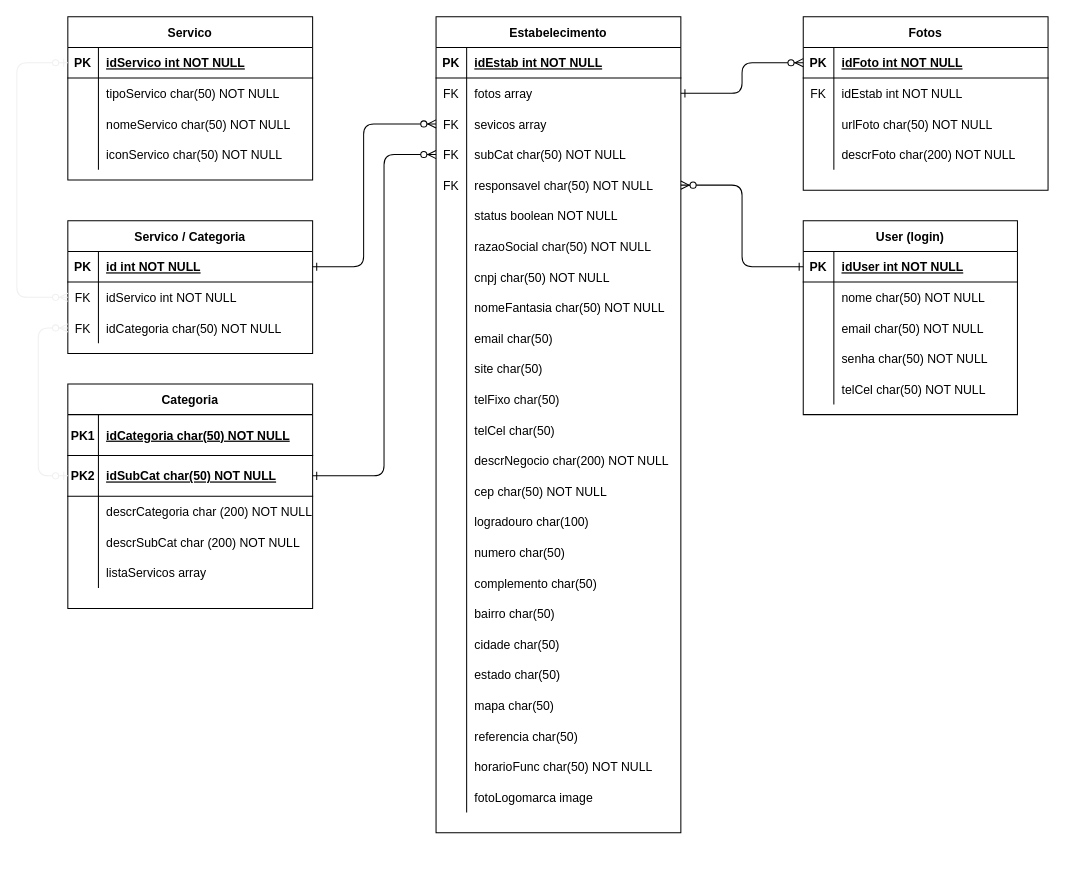
The draw.io diagram Docs/Diagrama-DER_v1.1.drawio in CarlosProcidio/PCDEVS1G2, before the edit. Source tidied: cells renumbered, new cells numbered last; positions are measured from the earlier drawing's top-left corner, leaving out a move shared by most shapes. Both pictures are drawn from the tidied source at 102%, with x=0, y=0 at pixel (16, 16).
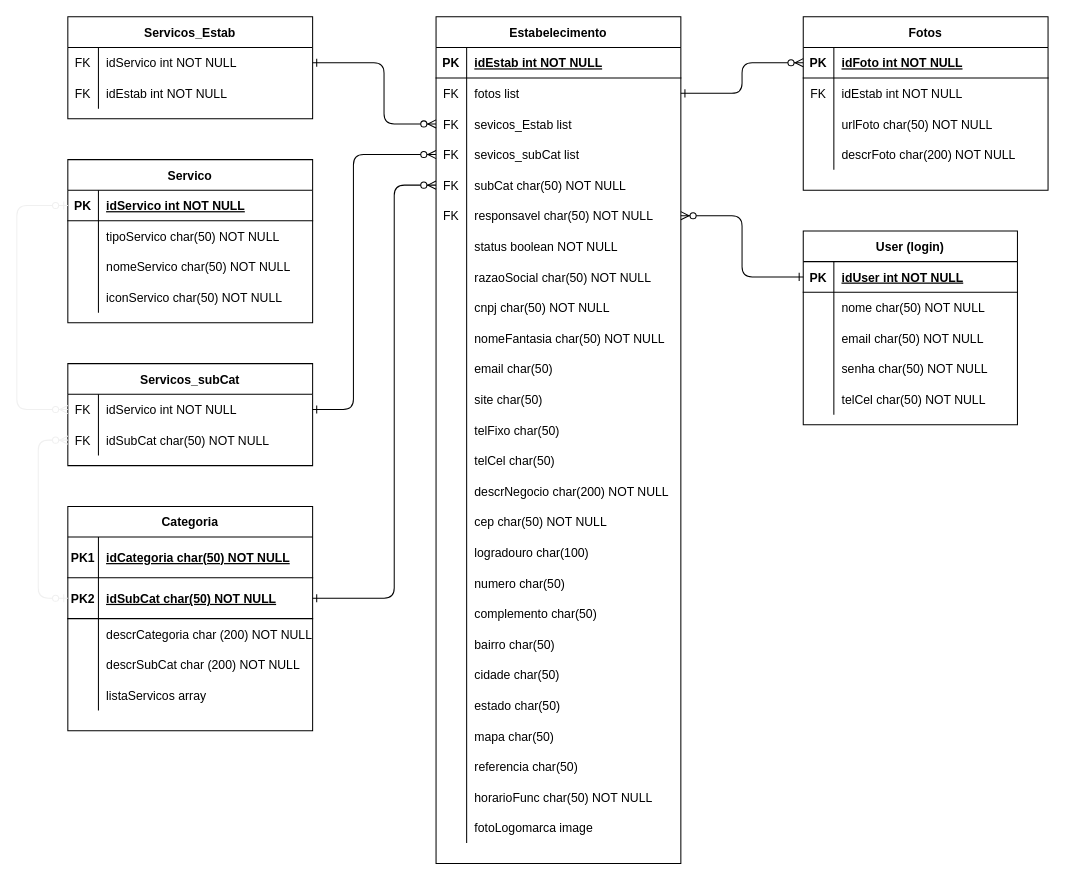
The same page after the edit.

Unchanged cells that the change refers to:
```xml
<mxCell id="6" style="shape=partialRectangle;fillColor=none;points=[[0,0.5],[1,0.5]];portConstraint=eastwest;top=0;left=0;right=0;bottom=0;" parent="2" vertex="1">
  <mxGeometry y="60" width="240" height="30" as="geometry" />
</mxCell>
<mxCell id="9" style="shape=partialRectangle;fillColor=none;points=[[0,0.5],[1,0.5]];portConstraint=eastwest;top=0;left=0;right=0;bottom=0;" parent="2" vertex="1">
  <mxGeometry y="90" width="240" height="30" as="geometry" />
</mxCell>
<mxCell id="136" style="shape=partialRectangle;fillColor=none;points=[[0,0.5],[1,0.5]];portConstraint=eastwest;top=0;left=0;right=0;bottom=1;" parent="132" vertex="1">
  <mxGeometry y="70" width="240" height="40" as="geometry" />
</mxCell>
```

The edit, as a diff of the source:
```diff
@@
     <mxCell id="2" value="Estabelecimento" style="shape=table;startSize=30;childLayout=tableLayout;rowLines=0;fontStyle=1;align=center;" parent="1" vertex="1">
-      <mxGeometry x="411" width="240" height="800" as="geometry" />
+      <mxGeometry x="411" width="240" height="830" as="geometry" />
     </mxCell>
@@
-    <mxCell id="8" value="fotos array" style="shape=partialRectangle;overflow=hidden;fillColor=none;top=0;left=0;bottom=0;right=0;align=left;spacingLeft=6;" parent="6" vertex="1">
+    <mxCell id="8" value="fotos list" style="shape=partialRectangle;overflow=hidden;fillColor=none;top=0;left=0;bottom=0;right=0;align=left;spacingLeft=6;" parent="6" vertex="1">
       <mxGeometry x="30" width="210" height="30" as="geometry" />
     </mxCell>
@@
-    <mxCell id="11" value="sevicos array" style="shape=partialRectangle;overflow=hidden;fillColor=none;top=0;left=0;bottom=0;right=0;align=left;spacingLeft=6;" parent="9" vertex="1">
+    <mxCell id="11" value="sevicos_Estab list" style="shape=partialRectangle;overflow=hidden;fillColor=none;top=0;left=0;bottom=0;right=0;align=left;spacingLeft=6;" parent="9" vertex="1">
       <mxGeometry x="30" width="210" height="30" as="geometry" />
     </mxCell>
+    <mxCell id="152" style="shape=partialRectangle;fillColor=none;points=[[0,0.5],[1,0.5]];portConstraint=eastwest;top=0;left=0;right=0;bottom=0;" parent="2" vertex="1">
+      <mxGeometry y="120" width="240" height="30" as="geometry" />
+    </mxCell>
+    <mxCell id="153" value="FK" style="shape=partialRectangle;overflow=hidden;fillColor=none;top=0;left=0;bottom=0;right=0;" parent="152" vertex="1">
+      <mxGeometry width="30" height="30" as="geometry" />
+    </mxCell>
+    <mxCell id="154" value="sevicos_subCat list" style="shape=partialRectangle;overflow=hidden;fillColor=none;top=0;left=0;bottom=0;right=0;align=left;spacingLeft=6;" parent="152" vertex="1">
+      <mxGeometry x="30" width="210" height="30" as="geometry" />
+    </mxCell>
     <mxCell id="12" style="shape=partialRectangle;fillColor=none;points=[[0,0.5],[1,0.5]];portConstraint=eastwest;top=0;left=0;right=0;bottom=0;" parent="2" vertex="1">
-      <mxGeometry y="120" width="240" height="30" as="geometry" />
+      <mxGeometry y="150" width="240" height="30" as="geometry" />
     </mxCell>
@@
     <mxCell id="15" style="shape=partialRectangle;fillColor=none;points=[[0,0.5],[1,0.5]];portConstraint=eastwest;top=0;left=0;right=0;bottom=0;" parent="2" vertex="1">
-      <mxGeometry y="150" width="240" height="30" as="geometry" />
+      <mxGeometry y="180" width="240" height="30" as="geometry" />
     </mxCell>
@@
     <mxCell id="18" style="shape=partialRectangle;fillColor=none;top=0;left=0;right=0;bottom=0;" parent="2" vertex="1">
-      <mxGeometry y="180" width="240" height="30" as="geometry" />
+      <mxGeometry y="210" width="240" height="30" as="geometry" />
     </mxCell>
@@
     <mxCell id="21" style="shape=partialRectangle;fillColor=none;top=0;left=0;right=0;bottom=0;" parent="2" vertex="1">
-      <mxGeometry y="210" width="240" height="30" as="geometry" />
+      <mxGeometry y="240" width="240" height="30" as="geometry" />
     </mxCell>
@@
     <mxCell id="24" style="shape=partialRectangle;fillColor=none;top=0;left=0;right=0;bottom=0;" parent="2" vertex="1">
-      <mxGeometry y="240" width="240" height="30" as="geometry" />
+      <mxGeometry y="270" width="240" height="30" as="geometry" />
     </mxCell>
@@
     <mxCell id="27" style="shape=partialRectangle;fillColor=none;top=0;left=0;right=0;bottom=0;" parent="2" vertex="1">
-      <mxGeometry y="270" width="240" height="30" as="geometry" />
+      <mxGeometry y="300" width="240" height="30" as="geometry" />
     </mxCell>
@@
     <mxCell id="30" style="shape=partialRectangle;fillColor=none;top=0;left=0;right=0;bottom=0;" parent="2" vertex="1">
-      <mxGeometry y="300" width="240" height="30" as="geometry" />
+      <mxGeometry y="330" width="240" height="30" as="geometry" />
     </mxCell>
@@
     <mxCell id="33" style="shape=partialRectangle;fillColor=none;top=0;left=0;right=0;bottom=0;" parent="2" vertex="1">
-      <mxGeometry y="330" width="240" height="30" as="geometry" />
+      <mxGeometry y="360" width="240" height="30" as="geometry" />
     </mxCell>
@@
     <mxCell id="36" style="shape=partialRectangle;fillColor=none;top=0;left=0;right=0;bottom=0;" parent="2" vertex="1">
-      <mxGeometry y="360" width="240" height="30" as="geometry" />
+      <mxGeometry y="390" width="240" height="30" as="geometry" />
     </mxCell>
@@
     <mxCell id="39" style="shape=partialRectangle;fillColor=none;top=0;left=0;right=0;bottom=0;" parent="2" vertex="1">
-      <mxGeometry y="390" width="240" height="30" as="geometry" />
+      <mxGeometry y="420" width="240" height="30" as="geometry" />
     </mxCell>
@@
     <mxCell id="42" style="shape=partialRectangle;fillColor=none;top=0;left=0;right=0;bottom=0;" parent="2" vertex="1">
-      <mxGeometry y="420" width="240" height="30" as="geometry" />
+      <mxGeometry y="450" width="240" height="30" as="geometry" />
     </mxCell>
@@
     <mxCell id="45" style="shape=partialRectangle;fillColor=none;top=0;left=0;right=0;bottom=0;" parent="2" vertex="1">
-      <mxGeometry y="450" width="240" height="30" as="geometry" />
+      <mxGeometry y="480" width="240" height="30" as="geometry" />
     </mxCell>
@@
     <mxCell id="48" style="shape=partialRectangle;fillColor=none;top=0;left=0;right=0;bottom=0;" parent="2" vertex="1">
-      <mxGeometry y="480" width="240" height="30" as="geometry" />
+      <mxGeometry y="510" width="240" height="30" as="geometry" />
     </mxCell>
@@
     <mxCell id="51" style="shape=partialRectangle;fillColor=none;top=0;left=0;right=0;bottom=0;" parent="2" vertex="1">
-      <mxGeometry y="510" width="240" height="30" as="geometry" />
+      <mxGeometry y="540" width="240" height="30" as="geometry" />
     </mxCell>
@@
     <mxCell id="54" style="shape=partialRectangle;fillColor=none;top=0;left=0;right=0;bottom=0;" parent="2" vertex="1">
-      <mxGeometry y="540" width="240" height="30" as="geometry" />
+      <mxGeometry y="570" width="240" height="30" as="geometry" />
     </mxCell>
@@
     <mxCell id="57" style="shape=partialRectangle;fillColor=none;top=0;left=0;right=0;bottom=0;" parent="2" vertex="1">
-      <mxGeometry y="570" width="240" height="30" as="geometry" />
+      <mxGeometry y="600" width="240" height="30" as="geometry" />
     </mxCell>
@@
     <mxCell id="60" style="shape=partialRectangle;fillColor=none;top=0;left=0;right=0;bottom=0;" parent="2" vertex="1">
-      <mxGeometry y="600" width="240" height="30" as="geometry" />
+      <mxGeometry y="630" width="240" height="30" as="geometry" />
     </mxCell>
@@
     <mxCell id="63" style="shape=partialRectangle;fillColor=none;top=0;left=0;right=0;bottom=0;" parent="2" vertex="1">
-      <mxGeometry y="630" width="240" height="30" as="geometry" />
+      <mxGeometry y="660" width="240" height="30" as="geometry" />
     </mxCell>
@@
     <mxCell id="66" style="shape=partialRectangle;fillColor=none;top=0;left=0;right=0;bottom=0;" parent="2" vertex="1">
-      <mxGeometry y="660" width="240" height="30" as="geometry" />
+      <mxGeometry y="690" width="240" height="30" as="geometry" />
     </mxCell>
@@
     <mxCell id="69" style="shape=partialRectangle;fillColor=none;top=0;left=0;right=0;bottom=0;" parent="2" vertex="1">
-      <mxGeometry y="690" width="240" height="30" as="geometry" />
+      <mxGeometry y="720" width="240" height="30" as="geometry" />
     </mxCell>
@@
     <mxCell id="72" style="shape=partialRectangle;fillColor=none;top=0;left=0;right=0;bottom=0;" parent="2" vertex="1">
-      <mxGeometry y="720" width="240" height="30" as="geometry" />
+      <mxGeometry y="750" width="240" height="30" as="geometry" />
     </mxCell>
@@
     <mxCell id="75" style="shape=partialRectangle;fillColor=none;top=0;left=0;right=0;bottom=0;" parent="2" vertex="1">
-      <mxGeometry y="750" width="240" height="30" as="geometry" />
+      <mxGeometry y="780" width="240" height="30" as="geometry" />
     </mxCell>
@@
     <mxCell id="78" value="User (login)" style="shape=table;startSize=30;childLayout=tableLayout;rowLines=0;fontStyle=1;align=center;" parent="1" vertex="1">
-      <mxGeometry x="771" y="200" width="210" height="190" as="geometry" />
+      <mxGeometry x="771" y="210" width="210" height="190" as="geometry" />
     </mxCell>
@@
-    <mxCell id="94" value="Servico / Categoria" style="shape=table;startSize=30;childLayout=tableLayout;rowLines=0;fontStyle=1;align=center;" parent="1" vertex="1">
-      <mxGeometry x="50" y="200" width="240" height="130" as="geometry" />
+    <mxCell id="94" value="Servicos_subCat" style="shape=table;startSize=30;childLayout=tableLayout;rowLines=0;fontStyle=1;align=center;" parent="1" vertex="1">
+      <mxGeometry x="50" y="340" width="240" height="100" as="geometry" />
     </mxCell>
-    <mxCell id="95" style="shape=partialRectangle;fillColor=none;points=[[0,0.5],[1,0.5]];portConstraint=eastwest;top=0;left=0;right=0;bottom=1;" parent="94" vertex="1">
-      <mxGeometry y="30" width="240" height="30" as="geometry" />
-    </mxCell>
-    <mxCell id="96" value="PK" style="shape=partialRectangle;overflow=hidden;fillColor=none;top=0;left=0;bottom=0;right=0;fontStyle=1;" parent="95" vertex="1">
-      <mxGeometry width="30" height="30" as="geometry" />
-    </mxCell>
-    <mxCell id="97" value="id int NOT NULL " style="shape=partialRectangle;overflow=hidden;fillColor=none;top=0;left=0;bottom=0;right=0;align=left;spacingLeft=6;fontStyle=5;" parent="95" vertex="1">
-      <mxGeometry x="30" width="210" height="30" as="geometry" />
-    </mxCell>
     <mxCell id="98" style="shape=partialRectangle;fillColor=none;points=[[0,0.5],[1,0.5]];portConstraint=eastwest;top=0;left=0;right=0;bottom=0;" parent="94" vertex="1">
-      <mxGeometry y="60" width="240" height="30" as="geometry" />
+      <mxGeometry y="30" width="240" height="30" as="geometry" />
     </mxCell>
@@
     <mxCell id="101" style="shape=partialRectangle;fillColor=none;points=[[0,0.5],[1,0.5]];portConstraint=eastwest;top=0;left=0;right=0;bottom=0;" parent="94" vertex="1">
-      <mxGeometry y="90" width="240" height="30" as="geometry" />
+      <mxGeometry y="60" width="240" height="30" as="geometry" />
     </mxCell>
@@
-    <mxCell id="103" value="idCategoria char(50) NOT NULL" style="shape=partialRectangle;overflow=hidden;fillColor=none;top=0;left=0;bottom=0;right=0;align=left;spacingLeft=6;" parent="101" vertex="1">
+    <mxCell id="103" value="idSubCat char(50) NOT NULL" style="shape=partialRectangle;overflow=hidden;fillColor=none;top=0;left=0;bottom=0;right=0;align=left;spacingLeft=6;" parent="101" vertex="1">
       <mxGeometry x="30" width="210" height="30" as="geometry" />
     </mxCell>
-    <mxCell id="104" style="edgeStyle=elbowEdgeStyle;endArrow=ERzeroToMany;startArrow=ERone;endFill=1;startFill=0;exitX=1;exitY=0.5;exitDx=0;exitDy=0;" parent="1" edge="1" source="95" target="9">
+    <mxCell id="104" style="edgeStyle=elbowEdgeStyle;endArrow=ERzeroToMany;startArrow=ERone;endFill=1;startFill=0;exitX=1;exitY=0.5;exitDx=0;exitDy=0;entryX=0;entryY=0.5;entryDx=0;entryDy=0;" parent="1" edge="1" source="98" target="152">
       <mxGeometry relative="1" as="geometry">
         <Array as="points">
-          <mxPoint x="340" y="170" />
+          <mxPoint x="330" y="260" />
         </Array>
       </mxGeometry>
     </mxCell>
@@
     <mxCell id="106" value="Servico" style="shape=table;startSize=30;childLayout=tableLayout;rowLines=0;fontStyle=1;align=center;" parent="1" vertex="1">
-      <mxGeometry x="50" width="240" height="160" as="geometry" />
+      <mxGeometry x="50" y="140" width="240" height="160" as="geometry" />
     </mxCell>
@@
     <mxCell id="132" value="Categoria" style="shape=table;startSize=30;childLayout=tableLayout;rowLines=0;fontStyle=1;align=center;" parent="1" vertex="1">
-      <mxGeometry x="50" y="360" width="240" height="220" as="geometry" />
+      <mxGeometry x="50" y="480" width="240" height="220" as="geometry" />
     </mxCell>
@@
     <mxCell id="150" style="edgeStyle=elbowEdgeStyle;endArrow=ERzeroToMany;startArrow=ERone;endFill=1;startFill=0;exitX=1;exitY=0.5;exitDx=0;exitDy=0;entryX=0;entryY=0.5;entryDx=0;entryDy=0;" parent="1" edge="1" source="136" target="12">
       <mxGeometry relative="1" as="geometry">
         <Array as="points">
-          <mxPoint x="360" y="290" />
+          <mxPoint x="370" y="370" />
         </Array>
       </mxGeometry>
     </mxCell>
@@
+    <mxCell id="155" value="Servicos_Estab" style="shape=table;startSize=30;childLayout=tableLayout;rowLines=0;fontStyle=1;align=center;" parent="1" vertex="1">
+      <mxGeometry x="50" width="240" height="100" as="geometry" />
+    </mxCell>
+    <mxCell id="156" style="shape=partialRectangle;fillColor=none;points=[[0,0.5],[1,0.5]];portConstraint=eastwest;top=0;left=0;right=0;bottom=0;" parent="155" vertex="1">
+      <mxGeometry y="30" width="240" height="30" as="geometry" />
+    </mxCell>
+    <mxCell id="157" value="FK" style="shape=partialRectangle;overflow=hidden;fillColor=none;top=0;left=0;bottom=0;right=0;" parent="156" vertex="1">
+      <mxGeometry width="30" height="30" as="geometry" />
+    </mxCell>
+    <mxCell id="158" value="idServico int NOT NULL" style="shape=partialRectangle;overflow=hidden;fillColor=none;top=0;left=0;bottom=0;right=0;align=left;spacingLeft=6;" parent="156" vertex="1">
+      <mxGeometry x="30" width="210" height="30" as="geometry" />
+    </mxCell>
+    <mxCell id="159" style="shape=partialRectangle;fillColor=none;top=0;left=0;right=0;bottom=0;" parent="155" vertex="1">
+      <mxGeometry y="60" width="240" height="30" as="geometry" />
+    </mxCell>
+    <mxCell id="160" value="FK" style="shape=partialRectangle;overflow=hidden;fillColor=none;top=0;left=0;bottom=0;right=0;" parent="159" vertex="1">
+      <mxGeometry width="30" height="30" as="geometry" />
+    </mxCell>
+    <mxCell id="161" value="idEstab int NOT NULL" style="shape=partialRectangle;overflow=hidden;fillColor=none;top=0;left=0;bottom=0;right=0;align=left;spacingLeft=6;" parent="159" vertex="1">
+      <mxGeometry x="30" width="210" height="30" as="geometry" />
+    </mxCell>
+    <mxCell id="162" style="edgeStyle=elbowEdgeStyle;endArrow=ERzeroToMany;startArrow=ERone;endFill=1;startFill=0;entryX=0;entryY=0.5;entryDx=0;entryDy=0;exitX=1;exitY=0.5;exitDx=0;exitDy=0;" parent="1" edge="1" source="156" target="9">
+      <mxGeometry relative="1" as="geometry">
+        <Array as="points">
+          <mxPoint x="360" y="105" />
+        </Array>
+      </mxGeometry>
+    </mxCell>
```
